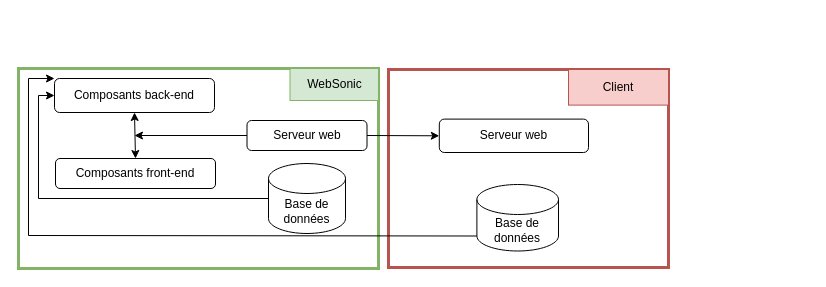
This is WebSonic architecture base applicative.drawio from cjour/audit_logistics, a draw.io file, before an edit. Source tidied: cells renumbered, new cells numbered last; positions are measured from the earlier drawing's top-left corner, leaving out a move shared by most shapes. Both pictures are drawn from the tidied source at 100%, with x=0, y=0 at pixel (18, 68).
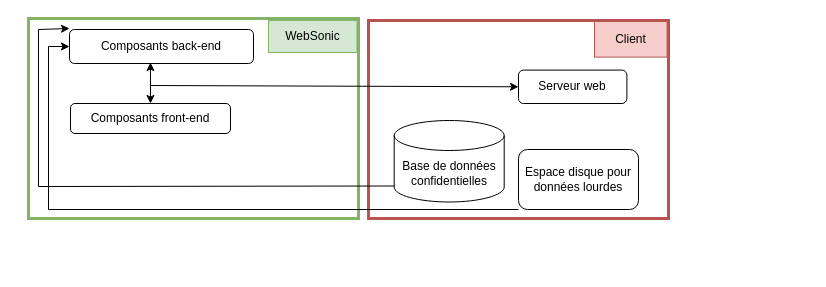
Above is the later version.

Commit message:
Mettre à jour WebSonic architecture base applicative.drawio

Change to the diagram source:
```diff
@@
+    <mxCell id="11" style="group;" parent="1" vertex="1">
+      <mxGeometry x="350" y="-48" width="305" height="198" as="geometry" />
+    </mxCell>
+    <mxCell id="12" style="rounded=0;whiteSpace=wrap;html=1;fillColor=none;strokeColor=#b85450;strokeWidth=3;" parent="11" vertex="1">
+      <mxGeometry width="300" height="198" as="geometry" />
+    </mxCell>
+    <mxCell id="13" value="Client" style="rounded=0;whiteSpace=wrap;html=1;fillColor=#f8cecc;strokeColor=#b85450;" parent="11" vertex="1">
+      <mxGeometry x="226" y="1" width="72.6" height="35.6" as="geometry" />
+    </mxCell>
+    <mxCell id="14" value="Base de données confidentielles" style="shape=cylinder3;whiteSpace=wrap;html=1;boundedLbl=1;backgroundOutline=1;size=15;" parent="11" vertex="1">
+      <mxGeometry x="25.7" y="100" width="110" height="81.5" as="geometry" />
+    </mxCell>
+    <mxCell id="15" value="&lt;div&gt;Serveur web&lt;/div&gt;" style="rounded=1;whiteSpace=wrap;html=1;" parent="11" vertex="1">
+      <mxGeometry x="150" y="49.6" width="108.4" height="33.4" as="geometry" />
+    </mxCell>
+    <mxCell id="18" value="Espace disque pour données lourdes" style="rounded=1;whiteSpace=wrap;html=1;" parent="11" vertex="1">
+      <mxGeometry x="150" y="129" width="120" height="60" as="geometry" />
+    </mxCell>
     <mxCell id="2" style="rounded=0;whiteSpace=wrap;html=1;fillColor=none;strokeColor=#82b366;strokeWidth=3;" parent="1" vertex="1">
-      <mxGeometry width="360" height="200" as="geometry" />
+      <mxGeometry x="10" y="-50" width="330" height="200" as="geometry" />
     </mxCell>
     <mxCell id="3" value="WebSonic" style="rounded=0;whiteSpace=wrap;html=1;fillColor=#d5e8d4;strokeColor=#82b366;" parent="1" vertex="1">
-      <mxGeometry x="271.5" width="88.5" height="32" as="geometry" />
+      <mxGeometry x="250" y="-48" width="88.5" height="32" as="geometry" />
     </mxCell>
     <mxCell id="4" value="Composants front-end" style="rounded=1;whiteSpace=wrap;html=1;" parent="1" vertex="1">
-      <mxGeometry x="37" y="90" width="160" height="30" as="geometry" />
+      <mxGeometry x="52" y="35" width="160" height="30" as="geometry" />
     </mxCell>
     <mxCell id="5" value="Composants back-end" style="rounded=1;whiteSpace=wrap;html=1;" parent="1" vertex="1">
-      <mxGeometry x="36" y="10" width="160" height="34" as="geometry" />
+      <mxGeometry x="51" y="-39" width="184" height="34" as="geometry" />
     </mxCell>
-    <mxCell id="6" style="endArrow=classic;startArrow=classic;html=1;rounded=0;exitX=0.5;exitY=0;exitDx=0;exitDy=0;entryX=0.5;entryY=1;entryDx=0;entryDy=0;" parent="1" edge="1" source="4" target="5">
+    <mxCell id="6" style="endArrow=classic;startArrow=classic;html=1;rounded=0;exitX=0.5;exitY=0;exitDx=0;exitDy=0;entryX=0.44;entryY=0.971;entryDx=0;entryDy=0;entryPerimeter=0;" parent="1" edge="1" source="4" target="5">
       <mxGeometry relative="1" as="geometry" />
     </mxCell>
-    <mxCell id="7" value="Base de données" style="shape=cylinder3;whiteSpace=wrap;html=1;boundedLbl=1;backgroundOutline=1;size=15;" parent="1" vertex="1">
-      <mxGeometry x="250" y="95" width="77" height="70" as="geometry" />
-    </mxCell>
-    <mxCell id="8" style="endArrow=none;html=1;rounded=0;entryX=0;entryY=0.5;entryDx=0;entryDy=0;entryPerimeter=0;endFill=0;startArrow=classic;startFill=1;exitX=0;exitY=0.5;exitDx=0;exitDy=0;" parent="1" edge="1" source="5" target="7">
-      <mxGeometry relative="1" as="geometry">
-        <Array as="points">
-          <mxPoint x="20" y="27" />
-          <mxPoint x="20" y="130" />
-        </Array>
-      </mxGeometry>
-    </mxCell>
-    <mxCell id="9" style="endArrow=none;html=1;rounded=0;entryX=0;entryY=0.5;entryDx=0;entryDy=0;startArrow=classic;startFill=1;endFill=0;" parent="1" edge="1" target="10">
-      <mxGeometry relative="1" as="geometry">
-        <mxPoint x="116" y="67" as="sourcePoint" />
-      </mxGeometry>
-    </mxCell>
-    <mxCell id="10" value="&lt;div&gt;Serveur web&lt;/div&gt;" style="rounded=1;whiteSpace=wrap;html=1;" parent="1" vertex="1">
-      <mxGeometry x="228.5" y="52" width="120" height="30" as="geometry" />
-    </mxCell>
-    <mxCell id="11" style="group;" parent="1" vertex="1">
-      <mxGeometry x="370" y="1" width="420" height="198" as="geometry" />
-    </mxCell>
-    <mxCell id="12" style="rounded=0;whiteSpace=wrap;html=1;fillColor=none;strokeColor=#b85450;strokeWidth=3;" parent="11" vertex="1">
-      <mxGeometry width="280" height="198" as="geometry" />
-    </mxCell>
-    <mxCell id="13" value="Client" style="rounded=0;whiteSpace=wrap;html=1;fillColor=#f8cecc;strokeColor=#b85450;" parent="11" vertex="1">
-      <mxGeometry x="180" width="100" height="35.6" as="geometry" />
-    </mxCell>
-    <mxCell id="14" value="Base de données" style="shape=cylinder3;whiteSpace=wrap;html=1;boundedLbl=1;backgroundOutline=1;size=15;" parent="11" vertex="1">
-      <mxGeometry x="88.4" y="115" width="81.6" height="66.5" as="geometry" />
-    </mxCell>
-    <mxCell id="15" value="&lt;div&gt;Serveur web&lt;/div&gt;" style="rounded=1;whiteSpace=wrap;html=1;" parent="11" vertex="1">
-      <mxGeometry x="50.8" y="49.6" width="149.2" height="33.4" as="geometry" />
-    </mxCell>
-    <mxCell id="16" style="endArrow=classic;html=1;rounded=0;exitX=1;exitY=0.5;exitDx=0;exitDy=0;entryX=0;entryY=0.5;entryDx=0;entryDy=0;" parent="1" edge="1" source="10" target="15">
-      <mxGeometry relative="1" as="geometry" />
+    <mxCell id="16" style="endArrow=classic;html=1;rounded=0;entryX=0;entryY=0.5;entryDx=0;entryDy=0;" parent="1" edge="1" target="15">
+      <mxGeometry relative="1" as="geometry">
+        <mxPoint x="132" y="17" as="sourcePoint" />
+      </mxGeometry>
     </mxCell>
-    <mxCell id="17" style="endArrow=none;html=1;rounded=0;entryX=0;entryY=1;entryDx=0;entryDy=-15;entryPerimeter=0;endFill=0;startArrow=classic;startFill=1;exitX=0;exitY=0;exitDx=0;exitDy=0;" parent="1" edge="1" source="5" target="14">
+    <mxCell id="17" style="endArrow=none;html=1;rounded=0;endFill=0;startArrow=classic;startFill=1;exitX=0;exitY=0;exitDx=0;exitDy=0;entryX=0;entryY=1;entryDx=0;entryDy=-15;entryPerimeter=0;" parent="1" edge="1">
       <mxGeometry relative="1" as="geometry">
+        <mxPoint x="51" y="-40" as="sourcePoint" />
+        <mxPoint x="375.7" y="117.5" as="targetPoint" />
         <Array as="points">
-          <mxPoint x="10" y="10" />
-          <mxPoint x="10" y="167" />
+          <mxPoint x="20" y="-39" />
+          <mxPoint x="20" y="118" />
         </Array>
       </mxGeometry>
     </mxCell>
+    <mxCell id="19" style="endArrow=classic;html=1;rounded=0;exitX=0;exitY=1;exitDx=0;exitDy=0;entryX=0;entryY=0.5;entryDx=0;entryDy=0;" parent="1" edge="1" source="18" target="5">
+      <mxGeometry relative="1" as="geometry">
+        <Array as="points">
+          <mxPoint x="30" y="141" />
+          <mxPoint x="30" y="-22" />
+        </Array>
+      </mxGeometry>
+    </mxCell>
```
